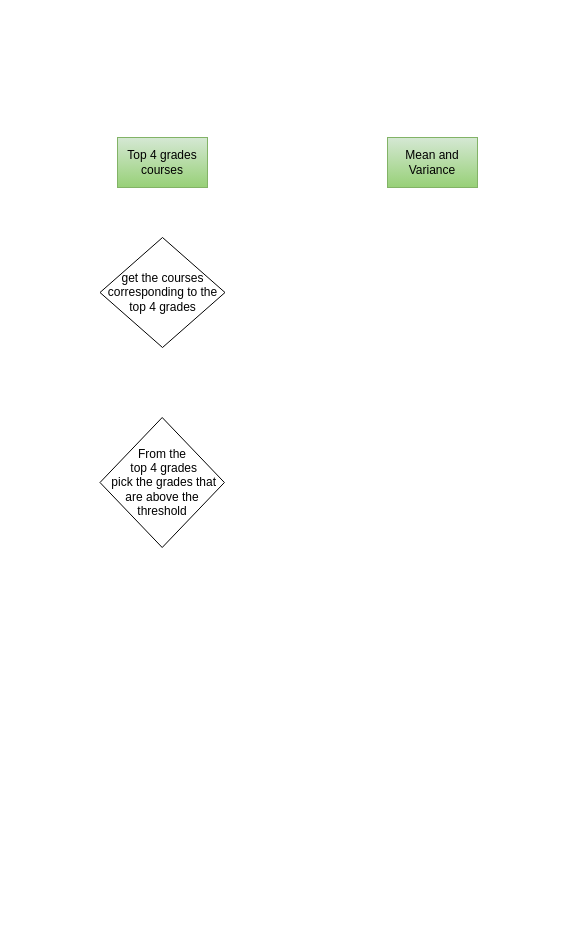
Earlier version of the draw.io diagram page "Page-2" (2 of 2) of Decision Tree Diagram.drawio (moeeljawadoph/University_recommendations). Source tidied: cells renumbered, new cells numbered last; positions are measured from the earlier drawing's top-left corner, leaving out a move shared by most shapes. Both pictures are drawn from the tidied source at 100%, with x=0, y=0 at pixel (99, 137).
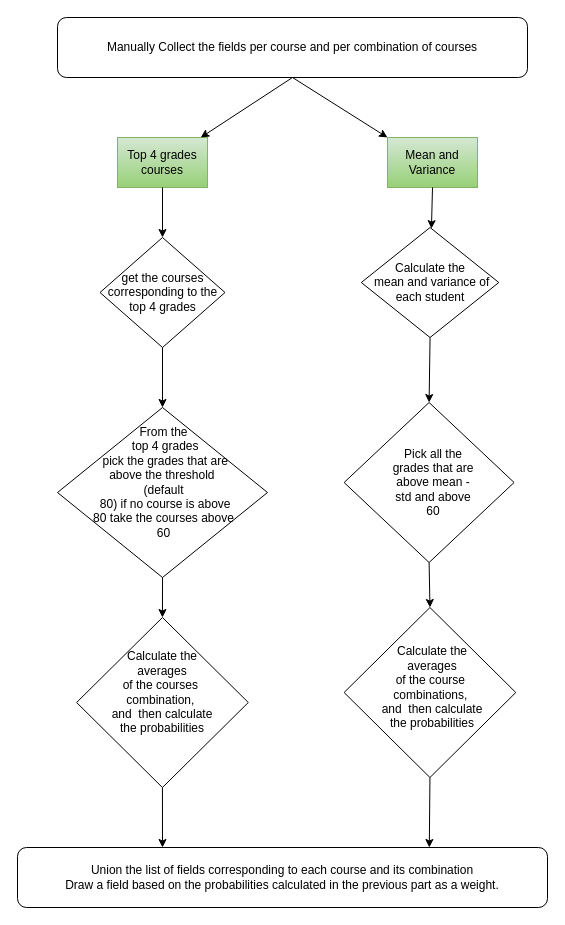
The same page after the edit.

Unchanged cells that the change refers to:
```xml
<mxCell id="2" value="Top 4 grades courses" style="text;html=1;strokeColor=#82b366;fillColor=#d5e8d4;align=center;verticalAlign=middle;whiteSpace=wrap;rounded=0;gradientColor=#97d077;" parent="1" vertex="1">
  <mxGeometry x="18" width="90" height="50" as="geometry" />
</mxCell>
<mxCell id="3" value="Mean and Variance" style="text;html=1;strokeColor=#82b366;fillColor=#d5e8d4;align=center;verticalAlign=middle;whiteSpace=wrap;rounded=0;gradientColor=#97d077;" parent="1" vertex="1">
  <mxGeometry x="288" width="90" height="50" as="geometry" />
</mxCell>
<mxCell id="4" value="get the courses corresponding to the top 4 grades" style="rhombus;whiteSpace=wrap;html=1;" parent="1" vertex="1">
  <mxGeometry x="0.5" y="100" width="125" height="110" as="geometry" />
</mxCell>
```

Change to the diagram source:
```diff
@@
-    <mxCell id="5" value="From the&lt;br&gt;&amp;nbsp;top 4 grades&lt;br&gt;&amp;nbsp;pick the grades that are above the threshold" style="rhombus;whiteSpace=wrap;html=1;" parent="1" vertex="1">
-      <mxGeometry x="0.5" y="280" width="124.4" height="130" as="geometry" />
+    <mxCell id="5" style="rhombus;whiteSpace=wrap;html=1;" parent="1" vertex="1">
+      <mxGeometry x="-42" y="270" width="210" height="170" as="geometry" />
     </mxCell>
+    <mxCell id="6" value="Calculate the&lt;br&gt;&amp;nbsp;mean and variance of each student" style="rhombus;whiteSpace=wrap;html=1;" parent="1" vertex="1">
+      <mxGeometry x="261.8" y="90" width="137.5" height="110" as="geometry" />
+    </mxCell>
+    <mxCell id="7" value="Manually Collect the fields per course and per combination of courses" style="rounded=1;whiteSpace=wrap;html=1;" parent="1" vertex="1">
+      <mxGeometry x="-42" y="-120" width="470" height="60" as="geometry" />
+    </mxCell>
+    <mxCell id="8" style="endArrow=classic;html=1;exitX=0.5;exitY=1;exitDx=0;exitDy=0;" parent="1" edge="1" source="7" target="2">
+      <mxGeometry relative="1" as="geometry" />
+    </mxCell>
+    <mxCell id="9" style="endArrow=classic;html=1;exitX=0.5;exitY=1;exitDx=0;exitDy=0;entryX=0;entryY=0;entryDx=0;entryDy=0;" parent="1" edge="1" source="7" target="3">
+      <mxGeometry relative="1" as="geometry" />
+    </mxCell>
+    <mxCell id="10" style="endArrow=classic;html=1;exitX=0.5;exitY=1;exitDx=0;exitDy=0;" parent="1" edge="1" source="2" target="4">
+      <mxGeometry relative="1" as="geometry" />
+    </mxCell>
+    <mxCell id="11" style="endArrow=classic;html=1;entryX=0.5;entryY=0;entryDx=0;entryDy=0;" parent="1" edge="1" target="12">
+      <mxGeometry relative="1" as="geometry">
+        <mxPoint x="63" y="440" as="sourcePoint" />
+      </mxGeometry>
+    </mxCell>
+    <mxCell id="12" style="rhombus;whiteSpace=wrap;html=1;" parent="1" vertex="1">
+      <mxGeometry x="-22.9" y="480" width="171.7" height="170" as="geometry" />
+    </mxCell>
+    <mxCell id="13" value="Calculate the averages&lt;br&gt;of the courses&amp;nbsp;&lt;br&gt;combination,&amp;nbsp;&lt;br&gt;and&amp;nbsp; then calculate the probabilities" style="text;html=1;strokeColor=none;fillColor=none;align=center;verticalAlign=middle;whiteSpace=wrap;rounded=0;" parent="1" vertex="1">
+      <mxGeometry x="3" y="545" width="120" height="20" as="geometry" />
+    </mxCell>
+    <mxCell id="14" style="rhombus;whiteSpace=wrap;html=1;" parent="1" vertex="1">
+      <mxGeometry x="244.6" y="470" width="171.7" height="170" as="geometry" />
+    </mxCell>
+    <mxCell id="15" value="Calculate the averages&lt;br&gt;of the course&amp;nbsp;&lt;br&gt;combinations,&amp;nbsp;&lt;br&gt;and&amp;nbsp; then calculate the probabilities" style="text;html=1;strokeColor=none;fillColor=none;align=center;verticalAlign=middle;whiteSpace=wrap;rounded=0;" parent="1" vertex="1">
+      <mxGeometry x="273" y="540" width="120" height="20" as="geometry" />
+    </mxCell>
+    <mxCell id="16" style="endArrow=classic;html=1;exitX=0.5;exitY=1;exitDx=0;exitDy=0;entryX=0.777;entryY=0;entryDx=0;entryDy=0;entryPerimeter=0;" parent="1" edge="1" source="14" target="21">
+      <mxGeometry relative="1" as="geometry" />
+    </mxCell>
+    <mxCell id="17" style="endArrow=classic;html=1;exitX=0.5;exitY=1;exitDx=0;exitDy=0;" parent="1" edge="1" source="3" target="6">
+      <mxGeometry relative="1" as="geometry" />
+    </mxCell>
+    <mxCell id="18" style="endArrow=classic;html=1;exitX=0.5;exitY=1;exitDx=0;exitDy=0;entryX=0.5;entryY=0;entryDx=0;entryDy=0;" parent="1" edge="1" source="4" target="5">
+      <mxGeometry relative="1" as="geometry" />
+    </mxCell>
+    <mxCell id="19" style="endArrow=classic;html=1;exitX=0.5;exitY=1;exitDx=0;exitDy=0;entryX=0.5;entryY=0;entryDx=0;entryDy=0;" parent="1" edge="1" source="6" target="22">
+      <mxGeometry relative="1" as="geometry" />
+    </mxCell>
+    <mxCell id="20" style="endArrow=classic;html=1;exitX=0.5;exitY=1;exitDx=0;exitDy=0;" parent="1" edge="1" source="12">
+      <mxGeometry relative="1" as="geometry">
+        <mxPoint x="63" y="710" as="targetPoint" />
+      </mxGeometry>
+    </mxCell>
+    <mxCell id="21" value="Union the list of fields corresponding to each course and its combination&lt;br&gt;Draw a field based on the probabilities calculated in the previous part as a weight." style="rounded=1;whiteSpace=wrap;html=1;" parent="1" vertex="1">
+      <mxGeometry x="-82" y="710" width="530" height="60" as="geometry" />
+    </mxCell>
+    <mxCell id="22" style="rhombus;whiteSpace=wrap;html=1;" parent="1" vertex="1">
+      <mxGeometry x="244.6" y="265" width="170" height="160" as="geometry" />
+    </mxCell>
+    <mxCell id="23" style="endArrow=classic;html=1;exitX=0.5;exitY=1;exitDx=0;exitDy=0;entryX=0.5;entryY=0;entryDx=0;entryDy=0;" parent="1" edge="1" source="22" target="14">
+      <mxGeometry relative="1" as="geometry" />
+    </mxCell>
+    <mxCell id="24" value="Pick all the grades that are above mean - std and above 60" style="text;html=1;strokeColor=none;fillColor=none;align=center;verticalAlign=middle;whiteSpace=wrap;rounded=0;" parent="1" vertex="1">
+      <mxGeometry x="288" y="335" width="91.6" height="20" as="geometry" />
+    </mxCell>
+    <mxCell id="25" value="From the&lt;br&gt;&amp;nbsp;top 4 grades&lt;br&gt;&amp;nbsp;pick the grades that are above the threshold&amp;nbsp;&lt;br&gt;(default&lt;br&gt;&amp;nbsp;80) if no course is above 80 take the courses above 60" style="text;html=1;strokeColor=none;fillColor=none;align=center;verticalAlign=middle;whiteSpace=wrap;rounded=0;" parent="1" vertex="1">
+      <mxGeometry x="-11.1" y="335" width="150.9" height="20" as="geometry" />
+    </mxCell>
```
